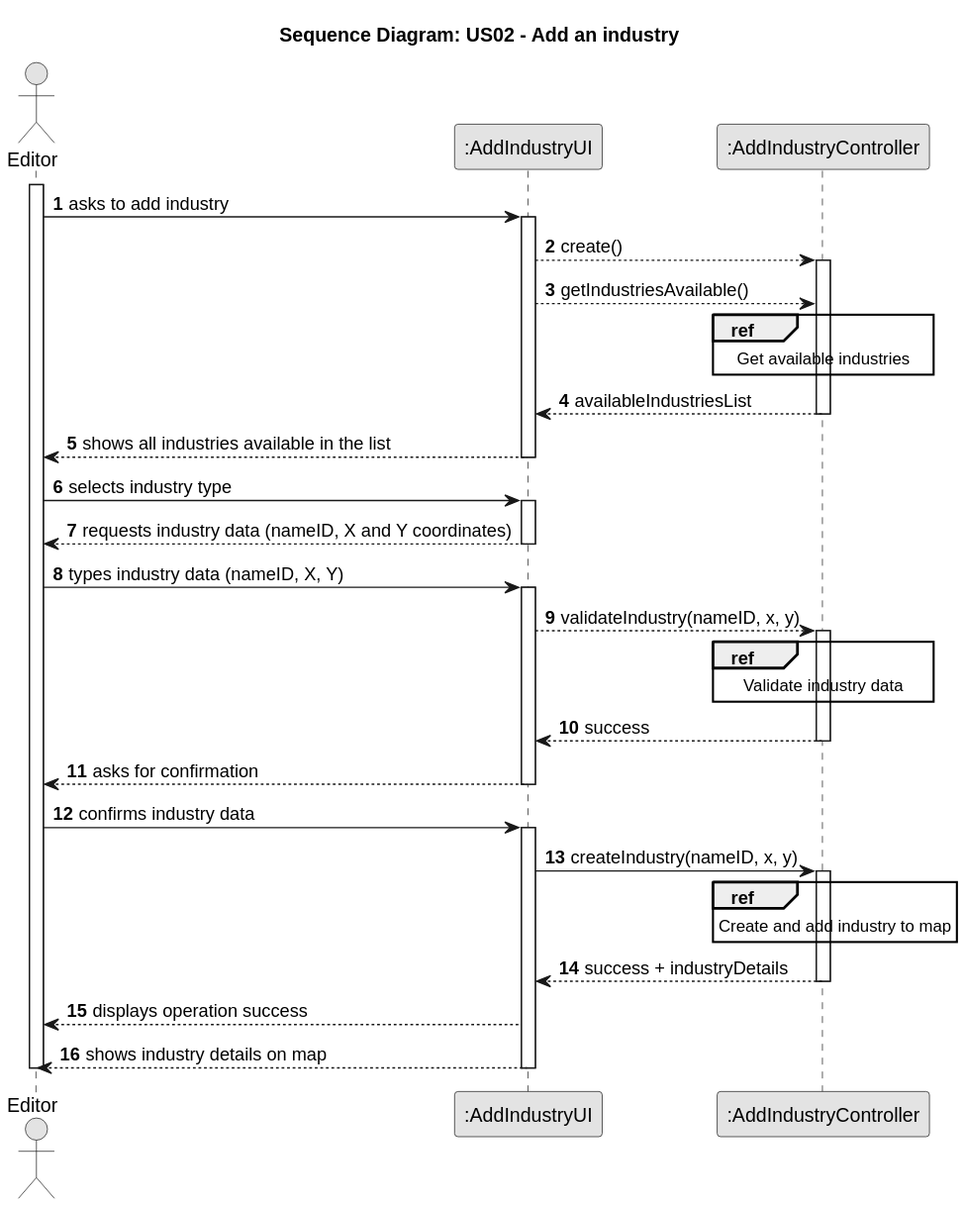
The PlantUML diagram docs/system-documentation/Sprint 2/US02/03.design/svg/US02-SD-split.svg in HenriqueSilva18/Railway-Network-Simulator, before a commit. The source it was exported from:
```plantuml
@startuml
skinparam monochrome true
skinparam packageStyle rectangle
skinparam shadowing false

autonumber

title Sequence Diagram: US02 - Add an industry

actor "Editor" as editor
participant ":AddIndustryUI" as UI
participant ":AddIndustryController" as CTRL

activate editor

    editor -> UI : asks to add industry
        activate UI

            UI --> CTRL: create()
            activate CTRL
            UI --> CTRL: getIndustriesAvailable()

            ref over CTRL
            Get available industries
            end
                CTRL --> UI: availableIndustriesList
            deactivate CTRL

        UI --> editor: shows all industries available in the list
        deactivate UI

    editor -> UI: selects industry type
        activate UI
        UI --> editor: requests industry data (nameID, X and Y coordinates)
        deactivate UI

    editor -> UI: types industry data (nameID, X, Y)
        activate UI
        UI --> CTRL: validateIndustry(nameID, x, y)
            activate CTRL

            ref over CTRL
            Validate industry data
            end

                CTRL --> UI: success
            deactivate CTRL

        UI --> editor: asks for confirmation
        deactivate UI

    editor -> UI: confirms industry data
        activate UI
            UI -> CTRL: createIndustry(nameID, x, y)

            ref over CTRL
            Create and add industry to map
            end

            activate CTRL

               CTRL --> UI: success + industryDetails
               deactivate CTRL

            UI --> editor: displays operation success
            UI --> editor: shows industry details on map

        deactivate UI

deactivate editor
@enduml
```
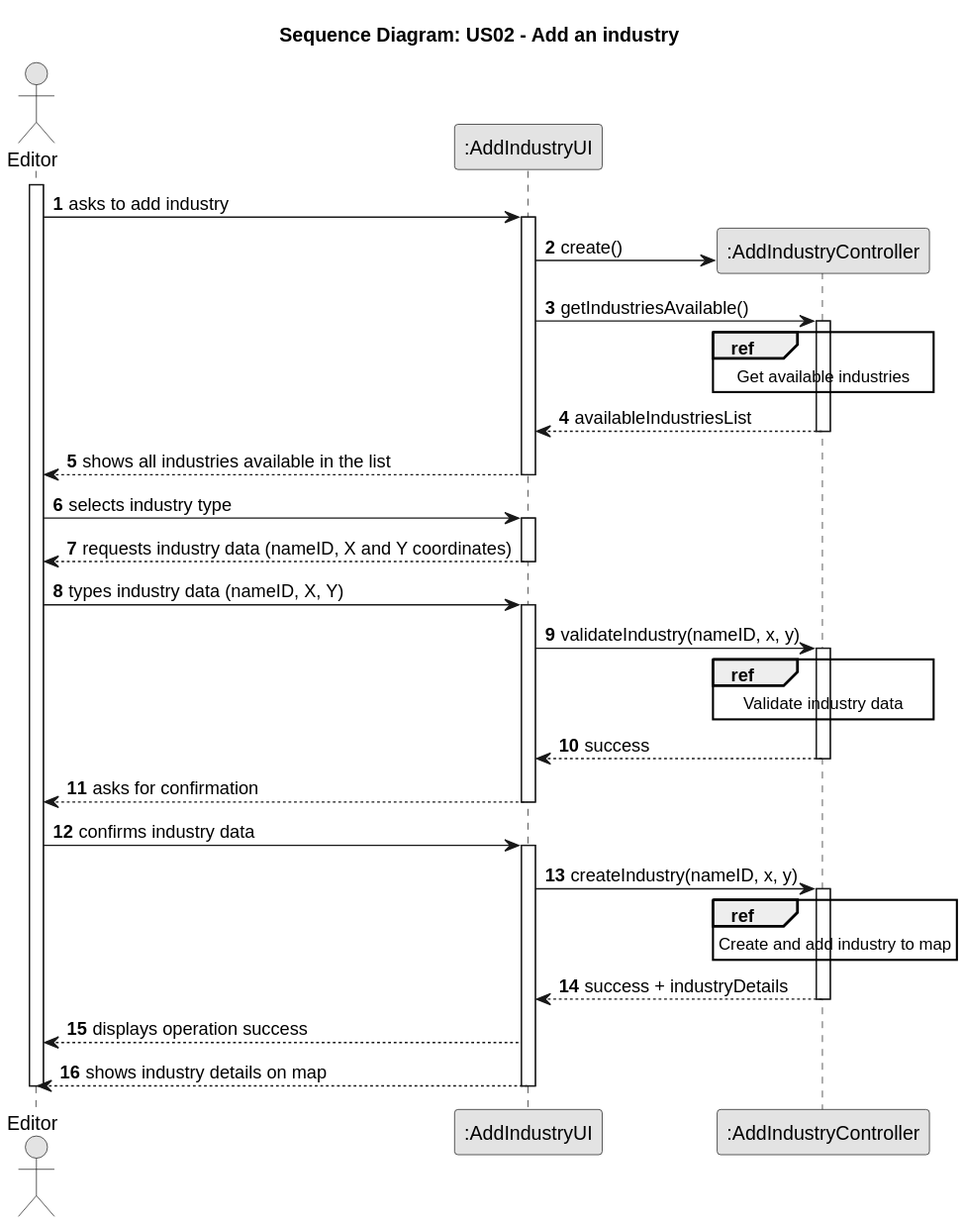
After the change.

Change to the diagram source:
```diff
@@ -16,10 +16,10 @@
     editor -> UI : asks to add industry
         activate UI
 
-            UI --> CTRL: create()
+            UI -> CTRL**: create()
+
+            UI -> CTRL: getIndustriesAvailable()
             activate CTRL
-            UI --> CTRL: getIndustriesAvailable()
-
             ref over CTRL
             Get available industries
             end
@@ -36,7 +36,7 @@
 
     editor -> UI: types industry data (nameID, X, Y)
         activate UI
-        UI --> CTRL: validateIndustry(nameID, x, y)
+        UI -> CTRL: validateIndustry(nameID, x, y)
             activate CTRL
 
             ref over CTRL
```
